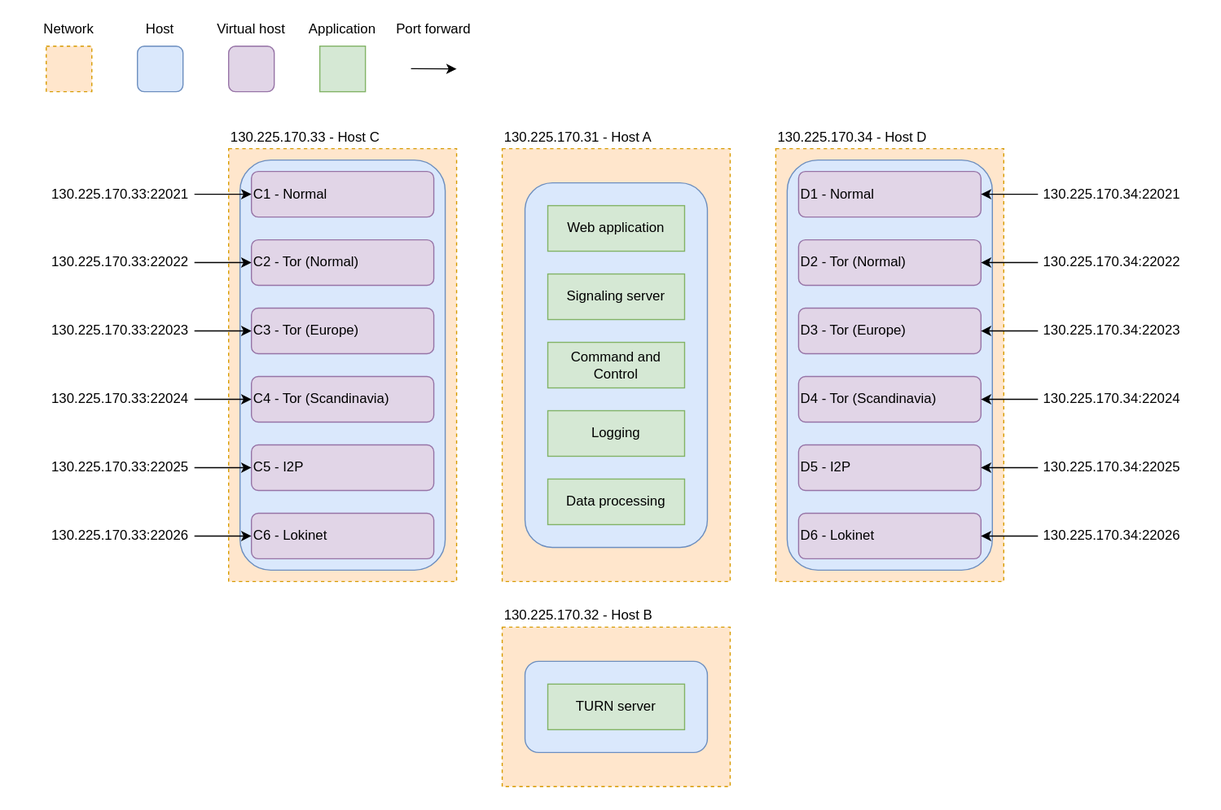
Earlier version of the draw.io export Deployment/Deployment.drawio.svg (Master2022E/OnionRTC-experiment). Source tidied: cells renumbered, new cells last; positions are measured from the earlier drawing's top-left corner, leaving out a move shared by most shapes.
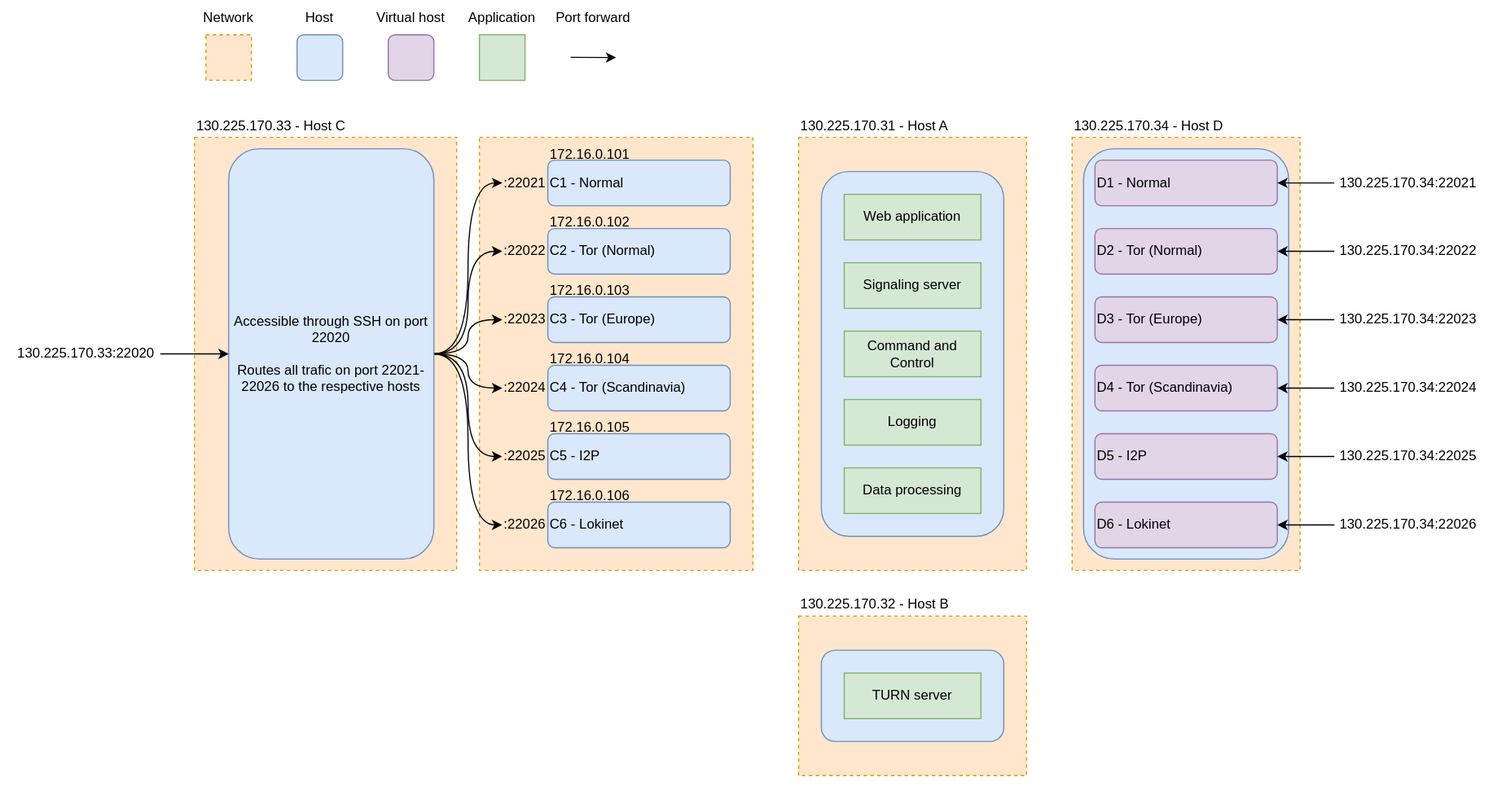
After the change.

Commit message:
New plan for deployment of Host C and D since the double virtualization was not possible

Diff of the diagram source:
```diff
@@ -2,9 +2,15 @@
   <root>
     <mxCell id="0" />
     <mxCell id="1" parent="0" />
-    <mxCell id="2" style="rounded=0;whiteSpace=wrap;html=1;strokeColor=none;" parent="1" vertex="1">
-      <mxGeometry width="1070" height="710" as="geometry" />
-    </mxCell>
+    <mxCell id="67" style="rounded=0;whiteSpace=wrap;html=1;strokeColor=none;" parent="1" vertex="1">
+      <mxGeometry x="-260" y="10" width="1320" height="700" as="geometry" />
+    </mxCell>
+    <mxCell id="50" style="rounded=0;whiteSpace=wrap;html=1;dashed=1;fillColor=#ffe6cc;strokeColor=#d79b00;" parent="1" vertex="1">
+      <mxGeometry x="-90" y="130" width="230" height="380" as="geometry" />
+    </mxCell>
+    <mxCell id="68" style="rounded=0;whiteSpace=wrap;html=1;dashed=1;fillColor=#ffe6cc;strokeColor=#d79b00;" parent="1" vertex="1">
+      <mxGeometry x="160" y="130" width="240" height="380" as="geometry" />
+    </mxCell>
     <mxCell id="3" style="rounded=0;whiteSpace=wrap;html=1;dashed=1;fillColor=#ffe6cc;strokeColor=#d79b00;" parent="1" vertex="1">
       <mxGeometry x="680" y="130" width="200" height="380" as="geometry" />
     </mxCell>
@@ -51,22 +57,22 @@
       <mxGeometry x="680" y="110" width="200" height="20" as="geometry" />
     </mxCell>
     <mxCell id="18" style="rounded=0;whiteSpace=wrap;html=1;dashed=1;fillColor=#ffe6cc;strokeColor=#d79b00;" parent="1" vertex="1">
-      <mxGeometry x="40" y="40" width="40" height="40" as="geometry" />
+      <mxGeometry x="-80" y="40" width="40" height="40" as="geometry" />
     </mxCell>
     <mxCell id="19" value="Network" style="text;html=1;strokeColor=none;fillColor=none;align=center;verticalAlign=middle;whiteSpace=wrap;rounded=0;" parent="1" vertex="1">
-      <mxGeometry x="30" y="10" width="60" height="30" as="geometry" />
+      <mxGeometry x="-90" y="10" width="60" height="30" as="geometry" />
     </mxCell>
     <mxCell id="20" style="rounded=1;whiteSpace=wrap;html=1;fillColor=#dae8fc;strokeColor=#6c8ebf;" parent="1" vertex="1">
-      <mxGeometry x="120" y="40" width="40" height="40" as="geometry" />
+      <mxGeometry y="40" width="40" height="40" as="geometry" />
     </mxCell>
     <mxCell id="21" value="Host" style="text;html=1;strokeColor=none;fillColor=none;align=center;verticalAlign=middle;whiteSpace=wrap;rounded=0;" parent="1" vertex="1">
-      <mxGeometry x="110" y="10" width="60" height="30" as="geometry" />
+      <mxGeometry x="-10" y="10" width="60" height="30" as="geometry" />
     </mxCell>
     <mxCell id="22" style="rounded=0;whiteSpace=wrap;html=1;fillColor=#d5e8d4;strokeColor=#82b366;" parent="1" vertex="1">
-      <mxGeometry x="280" y="40" width="40" height="40" as="geometry" />
+      <mxGeometry x="160" y="40" width="40" height="40" as="geometry" />
     </mxCell>
     <mxCell id="23" value="Application" style="text;html=1;strokeColor=none;fillColor=none;align=center;verticalAlign=middle;whiteSpace=wrap;rounded=0;" parent="1" vertex="1">
-      <mxGeometry x="270" y="10" width="60" height="30" as="geometry" />
+      <mxGeometry x="150" y="10" width="60" height="30" as="geometry" />
     </mxCell>
     <mxCell id="24" value="D1 - Normal" style="rounded=1;whiteSpace=wrap;html=1;align=left;fillColor=#e1d5e7;strokeColor=#9673a6;" parent="1" vertex="1">
       <mxGeometry x="700" y="150" width="160" height="40" as="geometry" />
@@ -86,24 +92,9 @@
     <mxCell id="29" value="D6 - Lokinet" style="rounded=1;whiteSpace=wrap;html=1;align=left;fillColor=#e1d5e7;strokeColor=#9673a6;" parent="1" vertex="1">
       <mxGeometry x="700" y="450" width="160" height="40" as="geometry" />
     </mxCell>
-    <mxCell id="30" value="130.225.170.33:22021" style="text;html=1;strokeColor=none;fillColor=none;align=center;verticalAlign=middle;whiteSpace=wrap;rounded=0;" parent="1" vertex="1">
-      <mxGeometry x="40" y="155" width="130" height="30" as="geometry" />
+    <mxCell id="30" value="130.225.170.33:22020" style="text;html=1;strokeColor=none;fillColor=none;align=center;verticalAlign=middle;whiteSpace=wrap;rounded=0;" parent="1" vertex="1">
+      <mxGeometry x="-250" y="305" width="130" height="30" as="geometry" />
     </mxCell>
-    <mxCell id="31" value="130.225.170.33:22022" style="text;html=1;strokeColor=none;fillColor=none;align=center;verticalAlign=middle;whiteSpace=wrap;rounded=0;" parent="1" vertex="1">
-      <mxGeometry x="40" y="215" width="130" height="30" as="geometry" />
-    </mxCell>
-    <mxCell id="32" value="130.225.170.33:22023" style="text;html=1;strokeColor=none;fillColor=none;align=center;verticalAlign=middle;whiteSpace=wrap;rounded=0;" parent="1" vertex="1">
-      <mxGeometry x="40" y="275" width="130" height="30" as="geometry" />
-    </mxCell>
-    <mxCell id="33" value="130.225.170.33:22024" style="text;html=1;strokeColor=none;fillColor=none;align=center;verticalAlign=middle;whiteSpace=wrap;rounded=0;" parent="1" vertex="1">
-      <mxGeometry x="40" y="335" width="130" height="30" as="geometry" />
-    </mxCell>
-    <mxCell id="34" value="130.225.170.33:22025" style="text;html=1;strokeColor=none;fillColor=none;align=center;verticalAlign=middle;whiteSpace=wrap;rounded=0;" parent="1" vertex="1">
-      <mxGeometry x="40" y="395" width="130" height="30" as="geometry" />
-    </mxCell>
-    <mxCell id="35" value="130.225.170.33:22026" style="text;html=1;strokeColor=none;fillColor=none;align=center;verticalAlign=middle;whiteSpace=wrap;rounded=0;" parent="1" vertex="1">
-      <mxGeometry x="40" y="455" width="130" height="30" as="geometry" />
-    </mxCell>
     <mxCell id="36" style="edgeStyle=none;html=1;exitX=0;exitY=0.5;exitDx=0;exitDy=0;startArrow=none;startFill=0;endArrow=classic;endFill=1;entryX=1;entryY=0.5;entryDx=0;entryDy=0;" parent="1" edge="1" source="37" target="24">
       <mxGeometry relative="1" as="geometry" />
     </mxCell>
@@ -141,64 +132,100 @@
       <mxGeometry x="910" y="455" width="130" height="30" as="geometry" />
     </mxCell>
     <mxCell id="48" style="rounded=1;whiteSpace=wrap;html=1;align=left;fillColor=#e1d5e7;strokeColor=#9673a6;" parent="1" vertex="1">
-      <mxGeometry x="200" y="40" width="40" height="40" as="geometry" />
+      <mxGeometry x="80" y="40" width="40" height="40" as="geometry" />
     </mxCell>
     <mxCell id="49" value="Virtual host" style="text;html=1;strokeColor=none;fillColor=none;align=center;verticalAlign=middle;whiteSpace=wrap;rounded=0;" parent="1" vertex="1">
-      <mxGeometry x="185" y="10" width="70" height="30" as="geometry" />
+      <mxGeometry x="65" y="10" width="70" height="30" as="geometry" />
     </mxCell>
-    <mxCell id="50" style="rounded=0;whiteSpace=wrap;html=1;dashed=1;fillColor=#ffe6cc;strokeColor=#d79b00;" parent="1" vertex="1">
-      <mxGeometry x="200" y="130" width="200" height="380" as="geometry" />
-    </mxCell>
+    <mxCell id="69" style="edgeStyle=orthogonalEdgeStyle;html=1;exitX=1;exitY=0.5;exitDx=0;exitDy=0;entryX=0;entryY=0.5;entryDx=0;entryDy=0;curved=1;" parent="1" edge="1" source="51" target="75">
+      <mxGeometry relative="1" as="geometry" />
+    </mxCell>
+    <mxCell id="70" style="edgeStyle=orthogonalEdgeStyle;curved=1;html=1;exitX=1;exitY=0.5;exitDx=0;exitDy=0;entryX=0;entryY=0.5;entryDx=0;entryDy=0;" parent="1" edge="1" source="51" target="76">
+      <mxGeometry relative="1" as="geometry" />
+    </mxCell>
+    <mxCell id="71" style="edgeStyle=orthogonalEdgeStyle;curved=1;html=1;exitX=1;exitY=0.5;exitDx=0;exitDy=0;entryX=0;entryY=0.5;entryDx=0;entryDy=0;" parent="1" edge="1" source="51" target="77">
+      <mxGeometry relative="1" as="geometry" />
+    </mxCell>
+    <mxCell id="72" style="edgeStyle=orthogonalEdgeStyle;curved=1;html=1;exitX=1;exitY=0.5;exitDx=0;exitDy=0;entryX=0;entryY=0.5;entryDx=0;entryDy=0;" parent="1" edge="1" source="51" target="78">
+      <mxGeometry relative="1" as="geometry" />
+    </mxCell>
+    <mxCell id="73" style="edgeStyle=orthogonalEdgeStyle;curved=1;html=1;exitX=1;exitY=0.5;exitDx=0;exitDy=0;entryX=0;entryY=0.5;entryDx=0;entryDy=0;" parent="1" edge="1" source="51" target="79">
+      <mxGeometry relative="1" as="geometry" />
+    </mxCell>
+    <mxCell id="74" style="edgeStyle=orthogonalEdgeStyle;curved=1;html=1;exitX=1;exitY=0.5;exitDx=0;exitDy=0;entryX=0;entryY=0.5;entryDx=0;entryDy=0;" parent="1" edge="1" source="51" target="80">
+      <mxGeometry relative="1" as="geometry" />
+    </mxCell>
-    <mxCell id="51" style="rounded=1;whiteSpace=wrap;html=1;fillColor=#dae8fc;strokeColor=#6c8ebf;" parent="1" vertex="1">
-      <mxGeometry x="210" y="140" width="180" height="360" as="geometry" />
+    <mxCell id="51" value="Accessible through SSH on port 22020&lt;br&gt;&lt;br&gt;Routes all trafic on port 22021-22026 to the respective hosts" style="rounded=1;whiteSpace=wrap;html=1;fillColor=#dae8fc;strokeColor=#6c8ebf;" parent="1" vertex="1">
+      <mxGeometry x="-60" y="140" width="180" height="360" as="geometry" />
     </mxCell>
     <mxCell id="52" value="130.225.170.33 - Host C" style="text;html=1;strokeColor=none;fillColor=none;align=left;verticalAlign=middle;whiteSpace=wrap;rounded=0;dashed=1;" parent="1" vertex="1">
-      <mxGeometry x="200" y="110" width="200" height="20" as="geometry" />
+      <mxGeometry x="-90" y="110" width="200" height="20" as="geometry" />
     </mxCell>
-    <mxCell id="53" value="C1 - Normal" style="rounded=1;whiteSpace=wrap;html=1;align=left;fillColor=#e1d5e7;strokeColor=#9673a6;" parent="1" vertex="1">
+    <mxCell id="53" value="C1 - Normal" style="rounded=1;whiteSpace=wrap;html=1;align=left;fillColor=#dae8fc;strokeColor=#6c8ebf;" parent="1" vertex="1">
       <mxGeometry x="220" y="150" width="160" height="40" as="geometry" />
     </mxCell>
-    <mxCell id="54" value="C2 - Tor (Normal)" style="rounded=1;whiteSpace=wrap;html=1;align=left;fillColor=#e1d5e7;strokeColor=#9673a6;" parent="1" vertex="1">
+    <mxCell id="54" value="C2 - Tor (Normal)" style="rounded=1;whiteSpace=wrap;html=1;align=left;fillColor=#dae8fc;strokeColor=#6c8ebf;" parent="1" vertex="1">
       <mxGeometry x="220" y="210" width="160" height="40" as="geometry" />
     </mxCell>
-    <mxCell id="55" value="C3 - Tor (Europe)" style="rounded=1;whiteSpace=wrap;html=1;align=left;fillColor=#e1d5e7;strokeColor=#9673a6;" parent="1" vertex="1">
+    <mxCell id="55" value="C3 - Tor (Europe)" style="rounded=1;whiteSpace=wrap;html=1;align=left;fillColor=#dae8fc;strokeColor=#6c8ebf;" parent="1" vertex="1">
       <mxGeometry x="220" y="270" width="160" height="40" as="geometry" />
     </mxCell>
-    <mxCell id="56" value="C4 - Tor (Scandinavia)" style="rounded=1;whiteSpace=wrap;html=1;align=left;fillColor=#e1d5e7;strokeColor=#9673a6;" parent="1" vertex="1">
+    <mxCell id="56" value="C4 - Tor (Scandinavia)" style="rounded=1;whiteSpace=wrap;html=1;align=left;fillColor=#dae8fc;strokeColor=#6c8ebf;" parent="1" vertex="1">
       <mxGeometry x="220" y="330" width="160" height="40" as="geometry" />
     </mxCell>
-    <mxCell id="57" value="C5 - I2P" style="rounded=1;whiteSpace=wrap;html=1;align=left;fillColor=#e1d5e7;strokeColor=#9673a6;" parent="1" vertex="1">
+    <mxCell id="57" value="C5 - I2P" style="rounded=1;whiteSpace=wrap;html=1;align=left;fillColor=#dae8fc;strokeColor=#6c8ebf;" parent="1" vertex="1">
       <mxGeometry x="220" y="390" width="160" height="40" as="geometry" />
     </mxCell>
-    <mxCell id="58" value="C6 - Lokinet" style="rounded=1;whiteSpace=wrap;html=1;align=left;fillColor=#e1d5e7;strokeColor=#9673a6;" parent="1" vertex="1">
+    <mxCell id="58" value="C6 - Lokinet" style="rounded=1;whiteSpace=wrap;html=1;align=left;fillColor=#dae8fc;strokeColor=#6c8ebf;" parent="1" vertex="1">
       <mxGeometry x="220" y="450" width="160" height="40" as="geometry" />
     </mxCell>
-    <mxCell id="59" style="edgeStyle=none;html=1;exitX=1;exitY=0.5;exitDx=0;exitDy=0;entryX=0;entryY=0.5;entryDx=0;entryDy=0;" parent="1" edge="1" source="35" target="58">
-      <mxGeometry relative="1" as="geometry" />
-    </mxCell>
-    <mxCell id="60" style="edgeStyle=none;html=1;exitX=1;exitY=0.5;exitDx=0;exitDy=0;entryX=0;entryY=0.5;entryDx=0;entryDy=0;" parent="1" edge="1" source="34" target="57">
-      <mxGeometry relative="1" as="geometry" />
-    </mxCell>
-    <mxCell id="61" style="edgeStyle=none;html=1;exitX=1;exitY=0.5;exitDx=0;exitDy=0;entryX=0;entryY=0.5;entryDx=0;entryDy=0;" parent="1" edge="1" source="33" target="56">
-      <mxGeometry relative="1" as="geometry" />
-    </mxCell>
-    <mxCell id="62" style="edgeStyle=none;html=1;exitX=1;exitY=0.5;exitDx=0;exitDy=0;entryX=0;entryY=0.5;entryDx=0;entryDy=0;" parent="1" edge="1" source="32" target="55">
-      <mxGeometry relative="1" as="geometry" />
-    </mxCell>
-    <mxCell id="63" style="edgeStyle=none;html=1;exitX=1;exitY=0.5;exitDx=0;exitDy=0;entryX=0;entryY=0.5;entryDx=0;entryDy=0;" parent="1" edge="1" source="31" target="54">
-      <mxGeometry relative="1" as="geometry" />
-    </mxCell>
-    <mxCell id="64" style="edgeStyle=none;html=1;exitX=1;exitY=0.5;exitDx=0;exitDy=0;entryX=0;entryY=0.5;entryDx=0;entryDy=0;" parent="1" edge="1" source="30" target="53">
+    <mxCell id="64" style="edgeStyle=none;html=1;exitX=1;exitY=0.5;exitDx=0;exitDy=0;entryX=0;entryY=0.5;entryDx=0;entryDy=0;" parent="1" edge="1" source="30" target="51">
       <mxGeometry relative="1" as="geometry" />
     </mxCell>
     <mxCell id="65" style="edgeStyle=none;html=1;exitX=1;exitY=0.5;exitDx=0;exitDy=0;" parent="1" edge="1">
       <mxGeometry relative="1" as="geometry">
-        <mxPoint x="360" y="59.8" as="sourcePoint" />
-        <mxPoint x="400" y="60" as="targetPoint" />
+        <mxPoint x="240" y="59.8" as="sourcePoint" />
+        <mxPoint x="280" y="60" as="targetPoint" />
       </mxGeometry>
     </mxCell>
     <mxCell id="66" value="Port forward" style="text;html=1;strokeColor=none;fillColor=none;align=center;verticalAlign=middle;whiteSpace=wrap;rounded=0;" parent="1" vertex="1">
-      <mxGeometry x="340" y="10" width="80" height="30" as="geometry" />
+      <mxGeometry x="220" y="10" width="80" height="30" as="geometry" />
     </mxCell>
+    <mxCell id="75" value=":22021" style="text;html=1;strokeColor=none;fillColor=none;align=center;verticalAlign=middle;whiteSpace=wrap;rounded=0;" parent="1" vertex="1">
+      <mxGeometry x="180" y="155" width="40" height="30" as="geometry" />
+    </mxCell>
+    <mxCell id="76" value=":22022" style="text;html=1;strokeColor=none;fillColor=none;align=center;verticalAlign=middle;whiteSpace=wrap;rounded=0;" parent="1" vertex="1">
+      <mxGeometry x="180" y="215" width="40" height="30" as="geometry" />
+    </mxCell>
+    <mxCell id="77" value=":22023" style="text;html=1;strokeColor=none;fillColor=none;align=center;verticalAlign=middle;whiteSpace=wrap;rounded=0;" parent="1" vertex="1">
+      <mxGeometry x="180" y="275" width="40" height="30" as="geometry" />
+    </mxCell>
+    <mxCell id="78" value=":22024" style="text;html=1;strokeColor=none;fillColor=none;align=center;verticalAlign=middle;whiteSpace=wrap;rounded=0;" parent="1" vertex="1">
+      <mxGeometry x="180" y="335" width="40" height="30" as="geometry" />
+    </mxCell>
+    <mxCell id="79" value=":22025" style="text;html=1;strokeColor=none;fillColor=none;align=center;verticalAlign=middle;whiteSpace=wrap;rounded=0;" parent="1" vertex="1">
+      <mxGeometry x="180" y="395" width="40" height="30" as="geometry" />
+    </mxCell>
+    <mxCell id="80" value=":22026" style="text;html=1;strokeColor=none;fillColor=none;align=center;verticalAlign=middle;whiteSpace=wrap;rounded=0;" parent="1" vertex="1">
+      <mxGeometry x="180" y="455" width="40" height="30" as="geometry" />
+    </mxCell>
+    <mxCell id="81" value="172.16.0.101" style="text;html=1;strokeColor=none;fillColor=none;align=left;verticalAlign=middle;whiteSpace=wrap;rounded=0;dashed=1;" parent="1" vertex="1">
+      <mxGeometry x="220" y="135" width="200" height="20" as="geometry" />
+    </mxCell>
+    <mxCell id="82" value="172.16.0.102" style="text;html=1;strokeColor=none;fillColor=none;align=left;verticalAlign=middle;whiteSpace=wrap;rounded=0;dashed=1;" parent="1" vertex="1">
+      <mxGeometry x="220" y="195" width="200" height="20" as="geometry" />
+    </mxCell>
+    <mxCell id="83" value="172.16.0.103" style="text;html=1;strokeColor=none;fillColor=none;align=left;verticalAlign=middle;whiteSpace=wrap;rounded=0;dashed=1;" parent="1" vertex="1">
+      <mxGeometry x="220" y="255" width="200" height="20" as="geometry" />
+    </mxCell>
+    <mxCell id="84" value="172.16.0.104" style="text;html=1;strokeColor=none;fillColor=none;align=left;verticalAlign=middle;whiteSpace=wrap;rounded=0;dashed=1;" parent="1" vertex="1">
+      <mxGeometry x="220" y="315" width="200" height="20" as="geometry" />
+    </mxCell>
+    <mxCell id="85" value="172.16.0.105" style="text;html=1;strokeColor=none;fillColor=none;align=left;verticalAlign=middle;whiteSpace=wrap;rounded=0;dashed=1;" parent="1" vertex="1">
+      <mxGeometry x="220" y="375" width="200" height="20" as="geometry" />
+    </mxCell>
+    <mxCell id="86" value="172.16.0.106" style="text;html=1;strokeColor=none;fillColor=none;align=left;verticalAlign=middle;whiteSpace=wrap;rounded=0;dashed=1;" parent="1" vertex="1">
+      <mxGeometry x="220" y="435" width="200" height="20" as="geometry" />
+    </mxCell>
   </root>
 </mxGraphModel>
```
